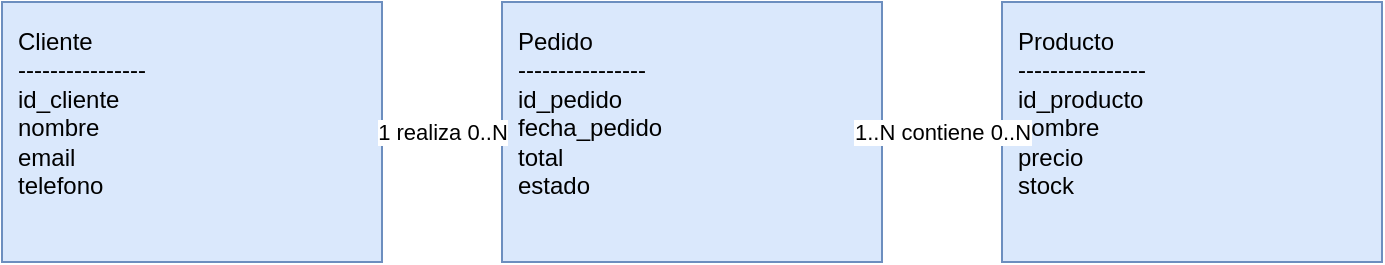
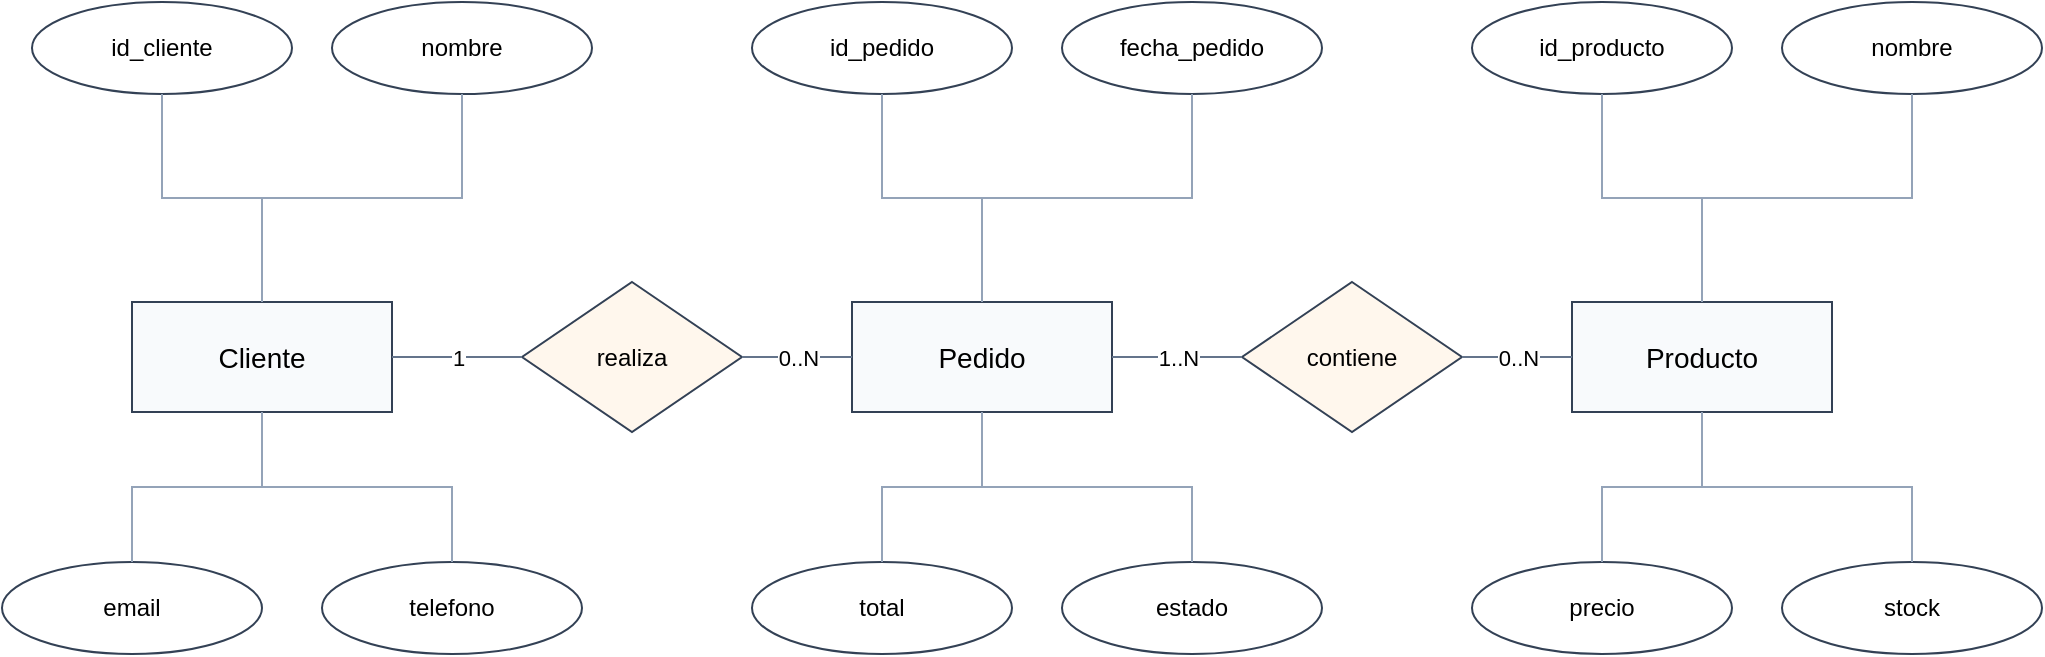
<?xml version='1.0' encoding='utf-8'?>
<mxfile host="app.diagrams.net" agent="drawio-mer-skill" version="24.7.17">
  <diagram id="mer_ejemplo" name="MER">
-     <mxGraphModel dx="1000" dy="700" grid="1" gridSize="10" guides="1" tooltips="1" connect="1" arrows="1" fold="1" page="1" pageScale="1" pageWidth="850" pageHeight="1100" math="0" shadow="0">
+     <mxGraphModel dx="1200" dy="800" grid="1" gridSize="10" guides="1" tooltips="1" connect="1" arrows="1" fold="1" page="1" pageScale="1" pageWidth="1100" pageHeight="850" math="0" shadow="0">
      <root>
        <mxCell id="0" />
        <mxCell id="1" parent="0" />
-         <mxCell id="entity_cliente" value="Cliente&lt;br&gt;----------------&lt;br&gt;id_cliente&lt;br&gt;nombre&lt;br&gt;email&lt;br&gt;telefono" style="rounded=0;whiteSpace=wrap;html=1;align=left;verticalAlign=top;spacing=8;fontSize=12;strokeColor=#6c8ebf;fillColor=#dae8fc;" vertex="1" parent="1">
-           <mxGeometry x="80" y="120" width="190" height="130" as="geometry" />
+         <mxCell id="entity_cliente" value="Cliente" style="rounded=0;whiteSpace=wrap;html=1;align=center;verticalAlign=middle;fontSize=14;strokeColor=#334155;fillColor=#f8fafc;" vertex="1" parent="1">
+           <mxGeometry x="120" y="280" width="130" height="55" as="geometry" />
        </mxCell>
-         <mxCell id="entity_pedido" value="Pedido&lt;br&gt;----------------&lt;br&gt;id_pedido&lt;br&gt;fecha_pedido&lt;br&gt;total&lt;br&gt;estado" style="rounded=0;whiteSpace=wrap;html=1;align=left;verticalAlign=top;spacing=8;fontSize=12;strokeColor=#6c8ebf;fillColor=#dae8fc;" vertex="1" parent="1">
-           <mxGeometry x="330" y="120" width="190" height="130" as="geometry" />
+         <mxCell id="entity_pedido" value="Pedido" style="rounded=0;whiteSpace=wrap;html=1;align=center;verticalAlign=middle;fontSize=14;strokeColor=#334155;fillColor=#f8fafc;" vertex="1" parent="1">
+           <mxGeometry x="480" y="280" width="130" height="55" as="geometry" />
        </mxCell>
-         <mxCell id="entity_producto" value="Producto&lt;br&gt;----------------&lt;br&gt;id_producto&lt;br&gt;nombre&lt;br&gt;precio&lt;br&gt;stock" style="rounded=0;whiteSpace=wrap;html=1;align=left;verticalAlign=top;spacing=8;fontSize=12;strokeColor=#6c8ebf;fillColor=#dae8fc;" vertex="1" parent="1">
-           <mxGeometry x="580" y="120" width="190" height="130" as="geometry" />
+         <mxCell id="entity_producto" value="Producto" style="rounded=0;whiteSpace=wrap;html=1;align=center;verticalAlign=middle;fontSize=14;strokeColor=#334155;fillColor=#f8fafc;" vertex="1" parent="1">
+           <mxGeometry x="840" y="280" width="130" height="55" as="geometry" />
        </mxCell>
-         <mxCell id="edge_cliente_pedido" value="1 realiza 0..N" style="edgeStyle=orthogonalEdgeStyle;rounded=0;orthogonalLoop=1;jettySize=auto;html=1;" edge="1" parent="1" source="entity_cliente" target="entity_pedido">
+         <mxCell id="rel_realiza" value="realiza" style="rhombus;whiteSpace=wrap;html=1;align=center;verticalAlign=middle;fontSize=12;strokeColor=#334155;fillColor=#fff7ed;" vertex="1" parent="1">
+           <mxGeometry x="315" y="270" width="110" height="75" as="geometry" />
+         </mxCell>
+         <mxCell id="rel_contiene" value="contiene" style="rhombus;whiteSpace=wrap;html=1;align=center;verticalAlign=middle;fontSize=12;strokeColor=#334155;fillColor=#fff7ed;" vertex="1" parent="1">
+           <mxGeometry x="675" y="270" width="110" height="75" as="geometry" />
+         </mxCell>
+         <mxCell id="edge_cliente_realiza" value="1" style="edgeStyle=orthogonalEdgeStyle;rounded=0;orthogonalLoop=1;jettySize=auto;html=1;endArrow=none;endFill=0;strokeColor=#64748b;fontSize=11;" edge="1" parent="1" source="entity_cliente" target="rel_realiza">
          <mxGeometry relative="1" as="geometry" />
        </mxCell>
-         <mxCell id="edge_pedido_producto" value="1..N contiene 0..N" style="edgeStyle=orthogonalEdgeStyle;rounded=0;orthogonalLoop=1;jettySize=auto;html=1;" edge="1" parent="1" source="entity_pedido" target="entity_producto">
+         <mxCell id="edge_realiza_pedido" value="0..N" style="edgeStyle=orthogonalEdgeStyle;rounded=0;orthogonalLoop=1;jettySize=auto;html=1;endArrow=none;endFill=0;strokeColor=#64748b;fontSize=11;" edge="1" parent="1" source="rel_realiza" target="entity_pedido">
+           <mxGeometry relative="1" as="geometry" />
+         </mxCell>
+         <mxCell id="edge_pedido_contiene" value="1..N" style="edgeStyle=orthogonalEdgeStyle;rounded=0;orthogonalLoop=1;jettySize=auto;html=1;endArrow=none;endFill=0;strokeColor=#64748b;fontSize=11;" edge="1" parent="1" source="entity_pedido" target="rel_contiene">
+           <mxGeometry relative="1" as="geometry" />
+         </mxCell>
+         <mxCell id="edge_contiene_producto" value="0..N" style="edgeStyle=orthogonalEdgeStyle;rounded=0;orthogonalLoop=1;jettySize=auto;html=1;endArrow=none;endFill=0;strokeColor=#64748b;fontSize=11;" edge="1" parent="1" source="rel_contiene" target="entity_producto">
+           <mxGeometry relative="1" as="geometry" />
+         </mxCell>
+         <mxCell id="attr_cliente_id_cliente" value="id_cliente" style="ellipse;whiteSpace=wrap;html=1;align=center;verticalAlign=middle;fontSize=12;strokeColor=#334155;fillColor=#ffffff;" vertex="1" parent="1">
+           <mxGeometry x="70" y="130" width="130" height="46" as="geometry" />
+         </mxCell>
+         <mxCell id="edge_cliente_attr_1" value="" style="edgeStyle=orthogonalEdgeStyle;rounded=0;orthogonalLoop=1;jettySize=auto;html=1;endArrow=none;endFill=0;strokeColor=#94a3b8;" edge="1" parent="1" source="attr_cliente_id_cliente" target="entity_cliente">
+           <mxGeometry relative="1" as="geometry" />
+         </mxCell>
+         <mxCell id="attr_cliente_nombre" value="nombre" style="ellipse;whiteSpace=wrap;html=1;align=center;verticalAlign=middle;fontSize=12;strokeColor=#334155;fillColor=#ffffff;" vertex="1" parent="1">
+           <mxGeometry x="220" y="130" width="130" height="46" as="geometry" />
+         </mxCell>
+         <mxCell id="edge_cliente_attr_2" value="" style="edgeStyle=orthogonalEdgeStyle;rounded=0;orthogonalLoop=1;jettySize=auto;html=1;endArrow=none;endFill=0;strokeColor=#94a3b8;" edge="1" parent="1" source="attr_cliente_nombre" target="entity_cliente">
+           <mxGeometry relative="1" as="geometry" />
+         </mxCell>
+         <mxCell id="attr_cliente_email" value="email" style="ellipse;whiteSpace=wrap;html=1;align=center;verticalAlign=middle;fontSize=12;strokeColor=#334155;fillColor=#ffffff;" vertex="1" parent="1">
+           <mxGeometry x="55" y="410" width="130" height="46" as="geometry" />
+         </mxCell>
+         <mxCell id="edge_cliente_attr_3" value="" style="edgeStyle=orthogonalEdgeStyle;rounded=0;orthogonalLoop=1;jettySize=auto;html=1;endArrow=none;endFill=0;strokeColor=#94a3b8;" edge="1" parent="1" source="attr_cliente_email" target="entity_cliente">
+           <mxGeometry relative="1" as="geometry" />
+         </mxCell>
+         <mxCell id="attr_cliente_telefono" value="telefono" style="ellipse;whiteSpace=wrap;html=1;align=center;verticalAlign=middle;fontSize=12;strokeColor=#334155;fillColor=#ffffff;" vertex="1" parent="1">
+           <mxGeometry x="215" y="410" width="130" height="46" as="geometry" />
+         </mxCell>
+         <mxCell id="edge_cliente_attr_4" value="" style="edgeStyle=orthogonalEdgeStyle;rounded=0;orthogonalLoop=1;jettySize=auto;html=1;endArrow=none;endFill=0;strokeColor=#94a3b8;" edge="1" parent="1" source="attr_cliente_telefono" target="entity_cliente">
+           <mxGeometry relative="1" as="geometry" />
+         </mxCell>
+         <mxCell id="attr_pedido_id_pedido" value="id_pedido" style="ellipse;whiteSpace=wrap;html=1;align=center;verticalAlign=middle;fontSize=12;strokeColor=#334155;fillColor=#ffffff;" vertex="1" parent="1">
+           <mxGeometry x="430" y="130" width="130" height="46" as="geometry" />
+         </mxCell>
+         <mxCell id="edge_pedido_attr_1" value="" style="edgeStyle=orthogonalEdgeStyle;rounded=0;orthogonalLoop=1;jettySize=auto;html=1;endArrow=none;endFill=0;strokeColor=#94a3b8;" edge="1" parent="1" source="attr_pedido_id_pedido" target="entity_pedido">
+           <mxGeometry relative="1" as="geometry" />
+         </mxCell>
+         <mxCell id="attr_pedido_fecha_pedido" value="fecha_pedido" style="ellipse;whiteSpace=wrap;html=1;align=center;verticalAlign=middle;fontSize=12;strokeColor=#334155;fillColor=#ffffff;" vertex="1" parent="1">
+           <mxGeometry x="585" y="130" width="130" height="46" as="geometry" />
+         </mxCell>
+         <mxCell id="edge_pedido_attr_2" value="" style="edgeStyle=orthogonalEdgeStyle;rounded=0;orthogonalLoop=1;jettySize=auto;html=1;endArrow=none;endFill=0;strokeColor=#94a3b8;" edge="1" parent="1" source="attr_pedido_fecha_pedido" target="entity_pedido">
+           <mxGeometry relative="1" as="geometry" />
+         </mxCell>
+         <mxCell id="attr_pedido_total" value="total" style="ellipse;whiteSpace=wrap;html=1;align=center;verticalAlign=middle;fontSize=12;strokeColor=#334155;fillColor=#ffffff;" vertex="1" parent="1">
+           <mxGeometry x="430" y="410" width="130" height="46" as="geometry" />
+         </mxCell>
+         <mxCell id="edge_pedido_attr_3" value="" style="edgeStyle=orthogonalEdgeStyle;rounded=0;orthogonalLoop=1;jettySize=auto;html=1;endArrow=none;endFill=0;strokeColor=#94a3b8;" edge="1" parent="1" source="attr_pedido_total" target="entity_pedido">
+           <mxGeometry relative="1" as="geometry" />
+         </mxCell>
+         <mxCell id="attr_pedido_estado" value="estado" style="ellipse;whiteSpace=wrap;html=1;align=center;verticalAlign=middle;fontSize=12;strokeColor=#334155;fillColor=#ffffff;" vertex="1" parent="1">
+           <mxGeometry x="585" y="410" width="130" height="46" as="geometry" />
+         </mxCell>
+         <mxCell id="edge_pedido_attr_4" value="" style="edgeStyle=orthogonalEdgeStyle;rounded=0;orthogonalLoop=1;jettySize=auto;html=1;endArrow=none;endFill=0;strokeColor=#94a3b8;" edge="1" parent="1" source="attr_pedido_estado" target="entity_pedido">
+           <mxGeometry relative="1" as="geometry" />
+         </mxCell>
+         <mxCell id="attr_producto_id_producto" value="id_producto" style="ellipse;whiteSpace=wrap;html=1;align=center;verticalAlign=middle;fontSize=12;strokeColor=#334155;fillColor=#ffffff;" vertex="1" parent="1">
+           <mxGeometry x="790" y="130" width="130" height="46" as="geometry" />
+         </mxCell>
+         <mxCell id="edge_producto_attr_1" value="" style="edgeStyle=orthogonalEdgeStyle;rounded=0;orthogonalLoop=1;jettySize=auto;html=1;endArrow=none;endFill=0;strokeColor=#94a3b8;" edge="1" parent="1" source="attr_producto_id_producto" target="entity_producto">
+           <mxGeometry relative="1" as="geometry" />
+         </mxCell>
+         <mxCell id="attr_producto_nombre" value="nombre" style="ellipse;whiteSpace=wrap;html=1;align=center;verticalAlign=middle;fontSize=12;strokeColor=#334155;fillColor=#ffffff;" vertex="1" parent="1">
+           <mxGeometry x="945" y="130" width="130" height="46" as="geometry" />
+         </mxCell>
+         <mxCell id="edge_producto_attr_2" value="" style="edgeStyle=orthogonalEdgeStyle;rounded=0;orthogonalLoop=1;jettySize=auto;html=1;endArrow=none;endFill=0;strokeColor=#94a3b8;" edge="1" parent="1" source="attr_producto_nombre" target="entity_producto">
+           <mxGeometry relative="1" as="geometry" />
+         </mxCell>
+         <mxCell id="attr_producto_precio" value="precio" style="ellipse;whiteSpace=wrap;html=1;align=center;verticalAlign=middle;fontSize=12;strokeColor=#334155;fillColor=#ffffff;" vertex="1" parent="1">
+           <mxGeometry x="790" y="410" width="130" height="46" as="geometry" />
+         </mxCell>
+         <mxCell id="edge_producto_attr_3" value="" style="edgeStyle=orthogonalEdgeStyle;rounded=0;orthogonalLoop=1;jettySize=auto;html=1;endArrow=none;endFill=0;strokeColor=#94a3b8;" edge="1" parent="1" source="attr_producto_precio" target="entity_producto">
+           <mxGeometry relative="1" as="geometry" />
+         </mxCell>
+         <mxCell id="attr_producto_stock" value="stock" style="ellipse;whiteSpace=wrap;html=1;align=center;verticalAlign=middle;fontSize=12;strokeColor=#334155;fillColor=#ffffff;" vertex="1" parent="1">
+           <mxGeometry x="945" y="410" width="130" height="46" as="geometry" />
+         </mxCell>
+         <mxCell id="edge_producto_attr_4" value="" style="edgeStyle=orthogonalEdgeStyle;rounded=0;orthogonalLoop=1;jettySize=auto;html=1;endArrow=none;endFill=0;strokeColor=#94a3b8;" edge="1" parent="1" source="attr_producto_stock" target="entity_producto">
          <mxGeometry relative="1" as="geometry" />
        </mxCell>
      </root>
    </mxGraphModel>
  </diagram>
</mxfile>